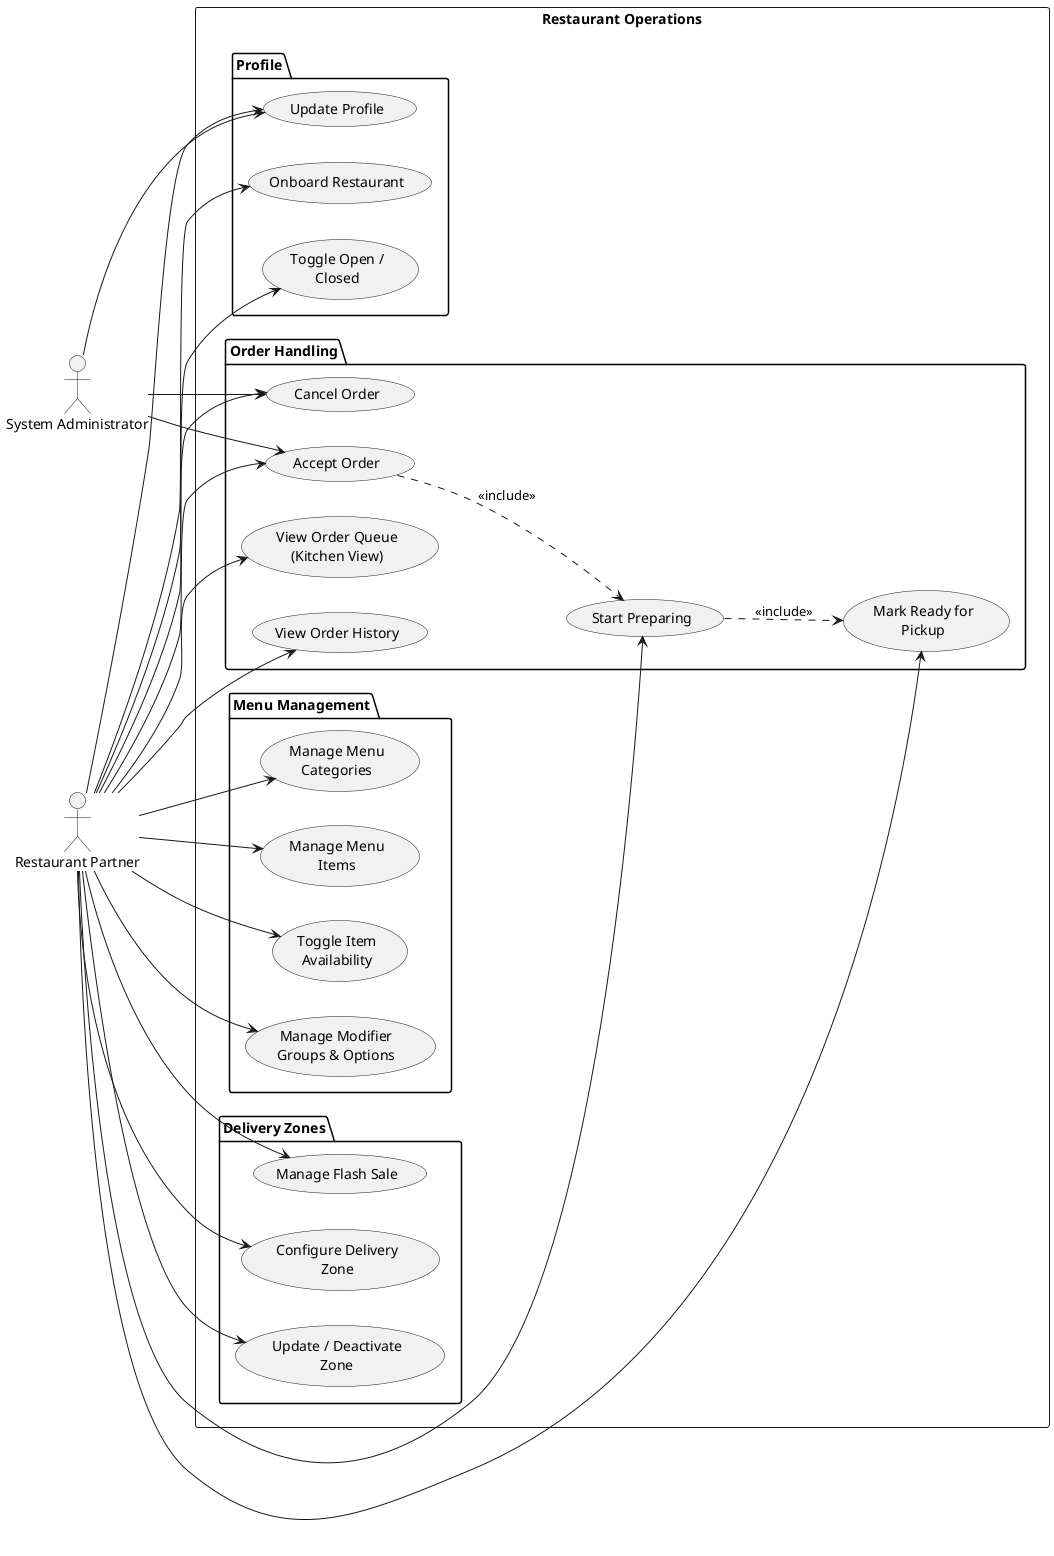
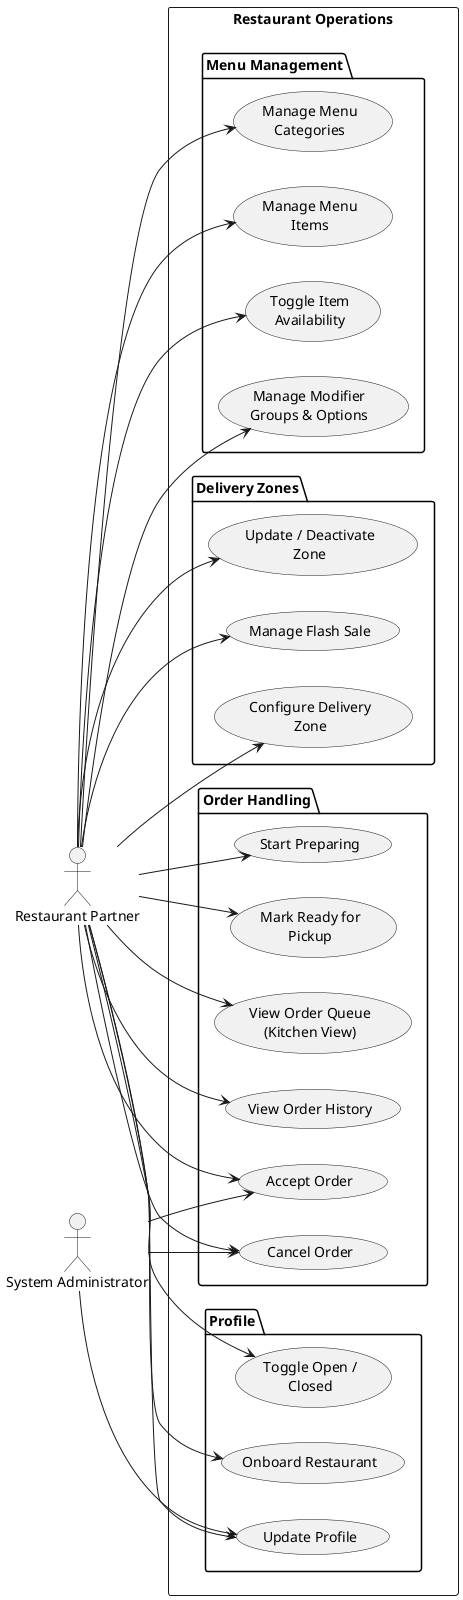
@startuml RestaurantOpsDiagram
left to right direction
skinparam shadowing false

actor "Restaurant Partner" as Restaurant
actor "System Administrator" as Admin

rectangle "Restaurant Operations" {
  package "Profile" {
    usecase "Onboard Restaurant" as UC_REST_01
    usecase "Update Profile" as UC_REST_02
    usecase "Toggle Open /\nClosed" as UC_REST_03
  }

  package "Order Handling" {
    usecase "View Order Queue\n(Kitchen View)" as UC_REST_04
    usecase "View Order History" as UC_REST_05
    usecase "Accept Order" as UC_REST_06
    usecase "Start Preparing" as UC_REST_07
    usecase "Mark Ready for\nPickup" as UC_REST_08
    usecase "Cancel Order" as UC_REST_09
  }

  package "Menu Management" {
    usecase "Manage Menu\nCategories" as UC_REST_10_11
    usecase "Manage Menu\nItems" as UC_REST_12_15
    usecase "Toggle Item\nAvailability" as UC_REST_14
    usecase "Manage Modifier\nGroups & Options" as UC_REST_16_18
  }

  package "Delivery Zones" {
    usecase "Configure Delivery\nZone" as UC_REST_19
    usecase "Update / Deactivate\nZone" as UC_REST_20
    usecase "Manage Flash Sale" as UC_REST_22
  }
}

Restaurant --> UC_REST_01
Restaurant --> UC_REST_02
Restaurant --> UC_REST_03
Restaurant --> UC_REST_04
Restaurant --> UC_REST_05
Restaurant --> UC_REST_06
Restaurant --> UC_REST_07
Restaurant --> UC_REST_08
Restaurant --> UC_REST_09
Restaurant --> UC_REST_10_11
Restaurant --> UC_REST_12_15
Restaurant --> UC_REST_14
Restaurant --> UC_REST_16_18
Restaurant --> UC_REST_19
Restaurant --> UC_REST_20
Restaurant --> UC_REST_22

Admin --> UC_REST_02
Admin --> UC_REST_06
Admin --> UC_REST_09

- UC_REST_06 ..> UC_REST_07 : <<include>>
- UC_REST_07 ..> UC_REST_08 : <<include>>
@enduml